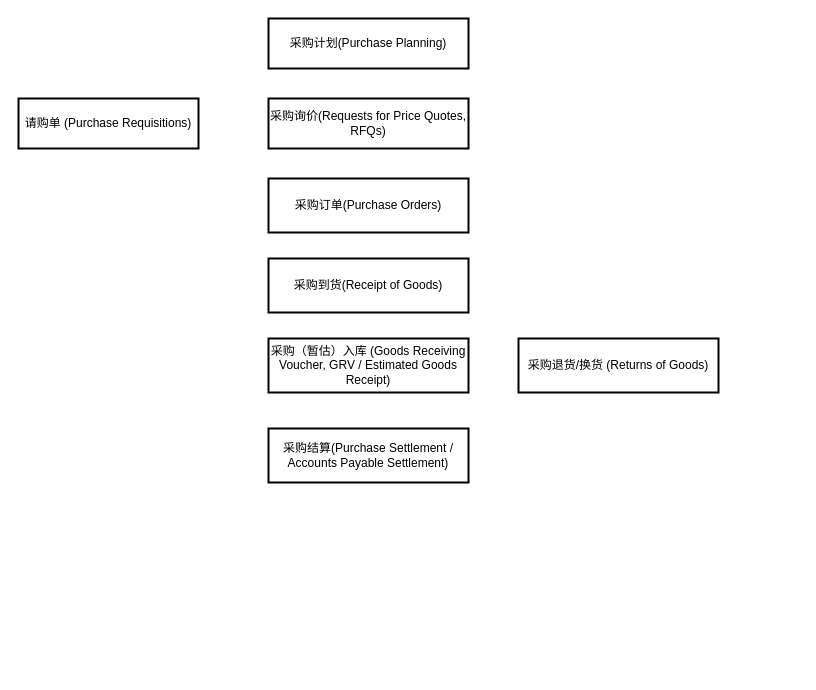
This is ERP.drawio from CJyoung524/DrawIO, a draw.io file, before an edit. Source tidied: cells renumbered, new cells numbered last; positions are measured from the earlier drawing's top-left corner, leaving out a move shared by most shapes. Both pictures are drawn from the tidied source at 100%, with x=0, y=0 at pixel (18, 18).
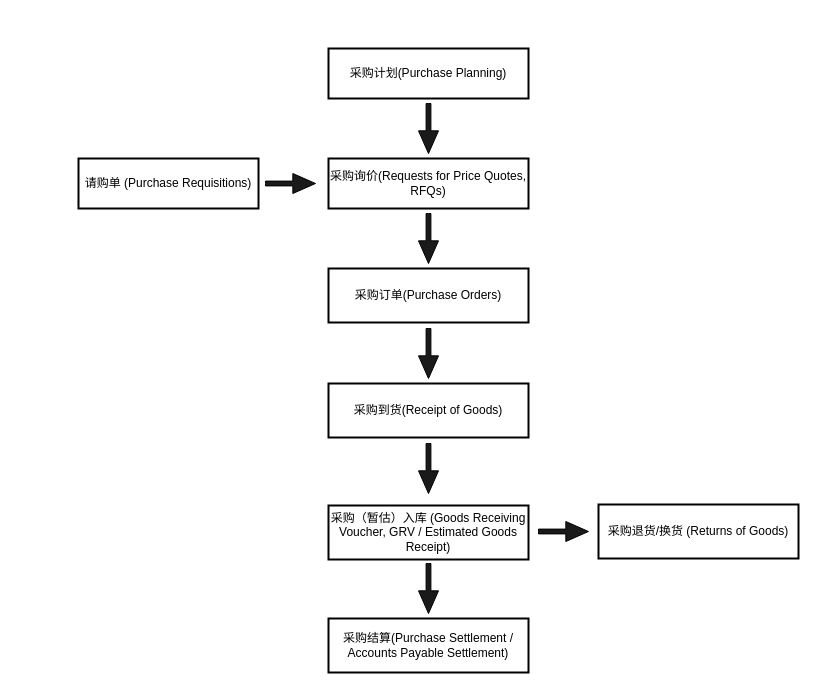
The same diagram, later.

Change to the diagram source:
```diff
@@
 <mxGraphModel>
   <root>
     <mxCell id="0" />
     <mxCell id="1" parent="0" />
     <mxCell id="2" value="采购计划(Purchase Planning)" style="whiteSpace=wrap;strokeWidth=2;" parent="1" vertex="1">
-      <mxGeometry x="250" width="200" height="50" as="geometry" />
+      <mxGeometry x="310" y="30" width="200" height="50" as="geometry" />
     </mxCell>
     <mxCell id="3" value="采购询价(Requests for Price Quotes, RFQs)" style="whiteSpace=wrap;strokeWidth=2;" parent="1" vertex="1">
-      <mxGeometry x="250" y="80" width="200" height="50" as="geometry" />
+      <mxGeometry x="310" y="140" width="200" height="50" as="geometry" />
     </mxCell>
     <mxCell id="4" value="采购订单(Purchase Orders)" style="whiteSpace=wrap;strokeWidth=2;" parent="1" vertex="1">
-      <mxGeometry x="250" y="160" width="200" height="54" as="geometry" />
+      <mxGeometry x="310" y="250" width="200" height="54" as="geometry" />
     </mxCell>
     <mxCell id="5" value="采购到货(Receipt of Goods)" style="whiteSpace=wrap;strokeWidth=2;" parent="1" vertex="1">
-      <mxGeometry x="250" y="240" width="200" height="54" as="geometry" />
+      <mxGeometry x="310" y="365" width="200" height="54" as="geometry" />
     </mxCell>
     <mxCell id="6" value="采购（暂估）入库 (Goods Receiving Voucher, GRV / Estimated Goods Receipt)" style="whiteSpace=wrap;strokeWidth=2;" parent="1" vertex="1">
-      <mxGeometry x="250" y="320" width="200" height="54" as="geometry" />
+      <mxGeometry x="310" y="487" width="200" height="54" as="geometry" />
     </mxCell>
     <mxCell id="7" value="采购结算(Purchase Settlement / Accounts Payable Settlement)" style="whiteSpace=wrap;strokeWidth=2;" parent="1" vertex="1">
-      <mxGeometry x="250" y="410" width="200" height="54" as="geometry" />
+      <mxGeometry x="310" y="600" width="200" height="54" as="geometry" />
     </mxCell>
     <mxCell id="8" value="采购退货/换货 (Returns of Goods)" style="whiteSpace=wrap;strokeWidth=2;" parent="1" vertex="1">
-      <mxGeometry x="500" y="320" width="200" height="54" as="geometry" />
+      <mxGeometry x="580" y="486" width="200" height="54" as="geometry" />
     </mxCell>
     <mxCell id="9" value="请购单 (Purchase Requisitions)" style="whiteSpace=wrap;strokeWidth=2;" parent="1" vertex="1">
-      <mxGeometry y="80" width="180" height="50" as="geometry" />
+      <mxGeometry x="60" y="140" width="180" height="50" as="geometry" />
     </mxCell>
+    <mxCell id="10" style="html=1;shadow=0;dashed=0;align=center;verticalAlign=middle;shape=mxgraph.arrows2.arrow;dy=0.76;dx=22.67;notch=0;fillColor=#1A1A1A;" parent="1" vertex="1">
+      <mxGeometry x="247" y="155" width="50" height="20" as="geometry" />
+    </mxCell>
+    <mxCell id="11" style="html=1;shadow=0;dashed=0;align=center;verticalAlign=middle;shape=mxgraph.arrows2.arrow;dy=0.76;dx=22.67;notch=0;fillColor=#1A1A1A;" parent="1" vertex="1">
+      <mxGeometry x="520" y="503" width="50" height="20" as="geometry" />
+    </mxCell>
+    <mxCell id="12" style="html=1;shadow=0;dashed=0;align=center;verticalAlign=middle;shape=mxgraph.arrows2.arrow;dy=0.76;dx=22.67;notch=0;fillColor=#1A1A1A;rotation=90;" parent="1" vertex="1">
+      <mxGeometry x="385" y="100" width="50" height="20" as="geometry" />
+    </mxCell>
+    <mxCell id="13" style="html=1;shadow=0;dashed=0;align=center;verticalAlign=middle;shape=mxgraph.arrows2.arrow;dy=0.76;dx=22.67;notch=0;fillColor=#1A1A1A;rotation=90;" parent="1" vertex="1">
+      <mxGeometry x="385" y="210" width="50" height="20" as="geometry" />
+    </mxCell>
+    <mxCell id="14" style="html=1;shadow=0;dashed=0;align=center;verticalAlign=middle;shape=mxgraph.arrows2.arrow;dy=0.76;dx=22.67;notch=0;fillColor=#1A1A1A;rotation=90;" parent="1" vertex="1">
+      <mxGeometry x="385" y="325" width="50" height="20" as="geometry" />
+    </mxCell>
+    <mxCell id="15" style="html=1;shadow=0;dashed=0;align=center;verticalAlign=middle;shape=mxgraph.arrows2.arrow;dy=0.76;dx=22.67;notch=0;fillColor=#1A1A1A;rotation=90;" parent="1" vertex="1">
+      <mxGeometry x="385" y="440" width="50" height="20" as="geometry" />
+    </mxCell>
+    <mxCell id="16" style="html=1;shadow=0;dashed=0;align=center;verticalAlign=middle;shape=mxgraph.arrows2.arrow;dy=0.76;dx=22.67;notch=0;fillColor=#1A1A1A;rotation=90;" parent="1" vertex="1">
+      <mxGeometry x="385" y="560" width="50" height="20" as="geometry" />
+    </mxCell>
   </root>
 </mxGraphModel>
```
